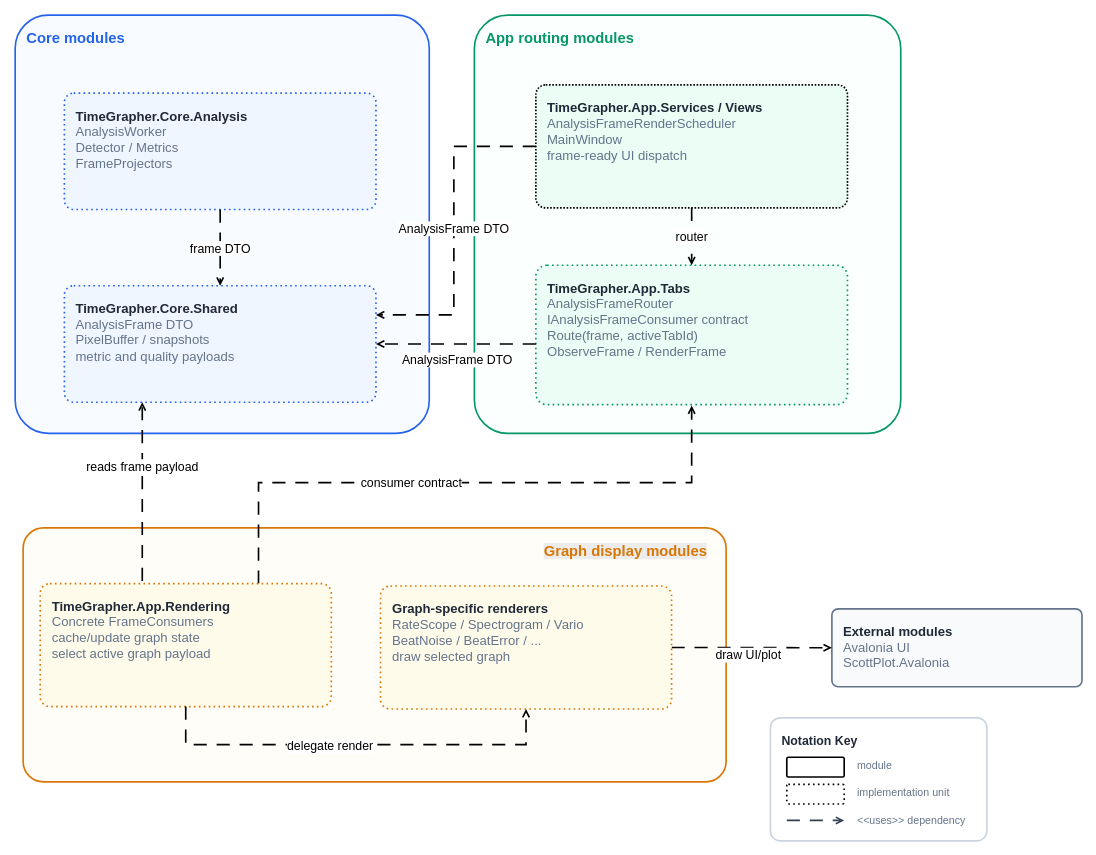
Above: FinalDemo/assets/4.UsesView/4-AnalysisFrame-Module-Uses-View.drawio in lgcmu2026-team5/TimeGrapher-Docs (draw.io), before the change. Source tidied: cells renumbered, new cells numbered last; positions are measured from the earlier drawing's top-left corner, leaving out a move shared by most shapes. Both pictures are drawn from the tidied source at 82%, with x=0, y=0 at pixel (15, 15).
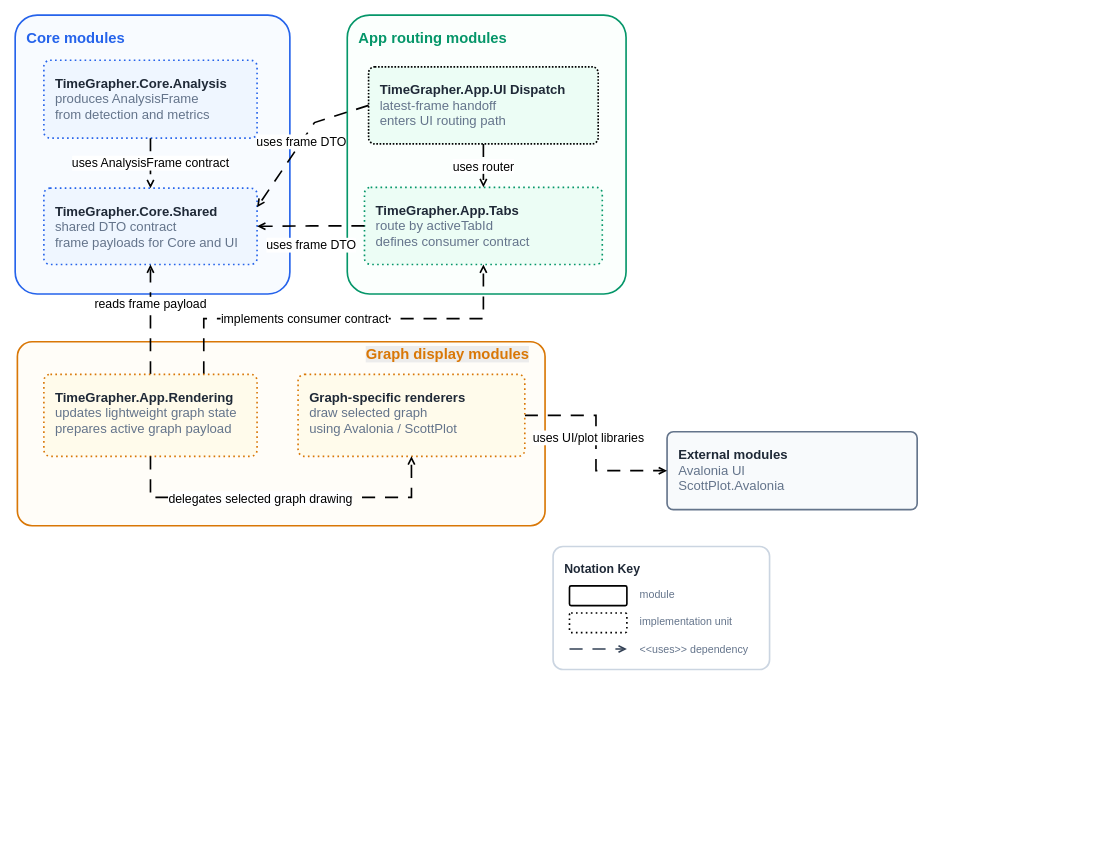
The same page after the edit.

Commit message (it also covers changes not shown here):
Update AnalysisFrame uses view notes

Change to the diagram source:
```diff
@@
     <mxCell id="2" value="&lt;b&gt;Notation Key&lt;/b&gt;" style="rounded=1;whiteSpace=wrap;html=1;arcSize=8;fillColor=#ffffff;strokeColor=#cbd5e1;strokeWidth=2;fontColor=#1f2937;fontSize=15;align=left;verticalAlign=top;spacing=14;" parent="1" vertex="1">
-      <mxGeometry x="921" y="857" width="264" height="150" as="geometry" />
+      <mxGeometry x="656" y="648" width="264" height="150" as="geometry" />
     </mxCell>
     <mxCell id="3" style="rounded=1;whiteSpace=wrap;html=1;arcSize=8;strokeWidth=2;fontSize=16;align=left;verticalAlign=top;spacing=14;" parent="1" vertex="1">
-      <mxGeometry x="941" y="905" width="70" height="24" as="geometry" />
+      <mxGeometry x="676" y="696" width="70" height="24" as="geometry" />
     </mxCell>
     <mxCell id="4" value="module" style="text;html=1;strokeColor=none;fillColor=none;fontColor=#64748b;fontSize=13;align=left;verticalAlign=middle;whiteSpace=wrap;" parent="1" vertex="1">
-      <mxGeometry x="1025" y="903" width="250" height="24" as="geometry" />
+      <mxGeometry x="760" y="694" width="250" height="24" as="geometry" />
     </mxCell>
     <mxCell id="5" style="endArrow=open;endFill=0;html=1;rounded=0;strokeWidth=2;dashed=1;dashPattern=8 6;strokeColor=#334155;" parent="1" edge="1">
       <mxGeometry relative="1" as="geometry">
-        <mxPoint x="941" y="982" as="sourcePoint" />
-        <mxPoint x="1011" y="982" as="targetPoint" />
+        <mxPoint x="676" y="773" as="sourcePoint" />
+        <mxPoint x="746" y="773" as="targetPoint" />
       </mxGeometry>
     </mxCell>
     <mxCell id="6" value="&amp;lt;&amp;lt;uses&amp;gt;&amp;gt; dependency" style="text;html=1;strokeColor=none;fillColor=none;fontColor=#64748b;fontSize=13;align=left;verticalAlign=middle;whiteSpace=wrap;" parent="1" vertex="1">
-      <mxGeometry x="1025" y="970" width="260" height="24" as="geometry" />
+      <mxGeometry x="760" y="761" width="260" height="24" as="geometry" />
     </mxCell>
     <mxCell id="7" value="&lt;b&gt;Core modules&lt;/b&gt;" style="rounded=1;whiteSpace=wrap;html=1;arcSize=8;fillColor=#f8fbff;strokeColor=#2563eb;strokeWidth=2;fontColor=#2563eb;fontSize=18;align=left;verticalAlign=top;spacing=14;" parent="1" vertex="1">
-      <mxGeometry width="505" height="510" as="geometry" />
+      <mxGeometry width="335" height="340" as="geometry" />
     </mxCell>
     <mxCell id="8" value="&lt;b&gt;App routing modules&lt;/b&gt;" style="rounded=1;whiteSpace=wrap;html=1;arcSize=8;fillColor=#fbfffd;strokeColor=#059669;strokeWidth=2;fontColor=#059669;fontSize=18;align=left;verticalAlign=top;spacing=14;" parent="1" vertex="1">
-      <mxGeometry x="560" width="520" height="510" as="geometry" />
+      <mxGeometry x="405" width="340" height="340" as="geometry" />
     </mxCell>
     <mxCell id="9" style="rounded=1;whiteSpace=wrap;html=1;arcSize=8;fillColor=#fffdf8;strokeColor=#d97706;strokeWidth=2;fontColor=#d97706;fontSize=18;align=left;verticalAlign=top;spacing=14;rotation=-90;" parent="1" vertex="1">
-      <mxGeometry x="283.5" y="351.5" width="309.7" height="857.3" as="geometry" />
+      <mxGeometry x="212.3" y="188.7" width="224.3" height="643.5" as="geometry" />
     </mxCell>
-    <mxCell id="10" value="&lt;b&gt;TimeGrapher.Core.Analysis&lt;/b&gt;&lt;br&gt;&lt;font color=&quot;#64748b&quot;&gt;AnalysisWorker&lt;br&gt;Detector / Metrics&lt;br&gt;FrameProjectors&lt;/font&gt;" style="rounded=1;whiteSpace=wrap;html=1;arcSize=8;fillColor=#eff6ff;strokeColor=#2563eb;strokeWidth=2;fontColor=#1f2937;fontSize=16;align=left;verticalAlign=top;spacing=14;dashed=1;dashPattern=1 2;" parent="1" vertex="1">
-      <mxGeometry x="60" y="95" width="380" height="142" as="geometry" />
+    <mxCell id="10" value="&lt;b&gt;TimeGrapher.Core.Analysis&lt;/b&gt;&lt;br&gt;&lt;font color=&quot;#64748b&quot;&gt;produces AnalysisFrame&amp;nbsp;&lt;/font&gt;&lt;div&gt;&lt;font color=&quot;#64748b&quot;&gt;from detection and metrics&lt;/font&gt;&lt;/div&gt;" style="rounded=1;whiteSpace=wrap;html=1;arcSize=8;fillColor=#eff6ff;strokeColor=#2563eb;strokeWidth=2;fontColor=#1f2937;fontSize=16;align=left;verticalAlign=top;spacing=14;dashed=1;dashPattern=1 2;" parent="1" vertex="1">
+      <mxGeometry x="35" y="55" width="260" height="95" as="geometry" />
     </mxCell>
-    <mxCell id="11" value="&lt;b&gt;TimeGrapher.Core.Shared&lt;/b&gt;&lt;br&gt;&lt;font color=&quot;#64748b&quot;&gt;AnalysisFrame DTO&lt;br&gt;PixelBuffer / snapshots&lt;br&gt;metric and quality payloads&lt;/font&gt;" style="rounded=1;whiteSpace=wrap;html=1;arcSize=8;fillColor=#eff6ff;strokeColor=#2563eb;strokeWidth=2;fontColor=#1f2937;fontSize=16;align=left;verticalAlign=top;spacing=14;dashed=1;dashPattern=1 2;" parent="1" vertex="1">
-      <mxGeometry x="60" y="330" width="380" height="142" as="geometry" />
+    <mxCell id="11" value="&lt;b&gt;TimeGrapher.Core.Shared&lt;/b&gt;&lt;br&gt;&lt;font color=&quot;#64748b&quot;&gt;shared DTO contract&lt;/font&gt;&lt;div&gt;&lt;font color=&quot;#64748b&quot;&gt;frame payloads for Core and UI&lt;/font&gt;&lt;/div&gt;" style="rounded=1;whiteSpace=wrap;html=1;arcSize=8;fillColor=#eff6ff;strokeColor=#2563eb;strokeWidth=2;fontColor=#1f2937;fontSize=16;align=left;verticalAlign=top;spacing=14;dashed=1;dashPattern=1 2;" parent="1" vertex="1">
+      <mxGeometry x="35" y="211" width="260" height="93" as="geometry" />
     </mxCell>
-    <mxCell id="12" value="&lt;b&gt;TimeGrapher.App.Services / Views&lt;/b&gt;&lt;br&gt;&lt;font color=&quot;#64748b&quot;&gt;AnalysisFrameRenderScheduler&lt;br&gt;MainWindow&lt;br&gt;frame-ready UI dispatch&lt;/font&gt;" style="rounded=1;whiteSpace=wrap;html=1;arcSize=8;fillColor=#ecfdf5;strokeColor=default;strokeWidth=2;fontColor=#1f2937;fontSize=16;align=left;verticalAlign=top;spacing=14;dashed=1;dashPattern=1 1;" parent="1" vertex="1">
-      <mxGeometry x="635" y="85" width="380" height="150" as="geometry" />
+    <mxCell id="12" value="&lt;b&gt;TimeGrapher.App.UI Dispatch&lt;/b&gt;&lt;br&gt;&lt;font color=&quot;#64748b&quot;&gt;latest-frame handoff&lt;/font&gt;&lt;div&gt;&lt;font color=&quot;#64748b&quot;&gt;enters UI routing path&lt;/font&gt;&lt;/div&gt;" style="rounded=1;whiteSpace=wrap;html=1;arcSize=8;fillColor=#ecfdf5;strokeColor=default;strokeWidth=2;fontColor=#1f2937;fontSize=16;align=left;verticalAlign=top;spacing=14;dashed=1;dashPattern=1 1;" parent="1" vertex="1">
+      <mxGeometry x="431" y="63" width="280" height="94" as="geometry" />
     </mxCell>
-    <mxCell id="13" value="&lt;b&gt;TimeGrapher.App.Tabs&lt;/b&gt;&lt;br&gt;&lt;font color=&quot;#64748b&quot;&gt;AnalysisFrameRouter&lt;br&gt;IAnalysisFrameConsumer contract&lt;br&gt;Route(frame, activeTabId)&lt;br&gt;ObserveFrame / RenderFrame&lt;/font&gt;" style="rounded=1;whiteSpace=wrap;html=1;arcSize=8;fillColor=#ecfdf5;strokeColor=#059669;strokeWidth=2;fontColor=#1f2937;fontSize=16;align=left;verticalAlign=top;spacing=14;dashed=1;dashPattern=1 2;" parent="1" vertex="1">
-      <mxGeometry x="635" y="305" width="380" height="170" as="geometry" />
+    <mxCell id="13" value="&lt;b&gt;TimeGrapher.App.Tabs&lt;/b&gt;&lt;br&gt;&lt;font color=&quot;#64748b&quot;&gt;route by activeTabId&lt;/font&gt;&lt;div&gt;&lt;font color=&quot;#64748b&quot;&gt;defines consumer contract&lt;/font&gt;&lt;/div&gt;" style="rounded=1;whiteSpace=wrap;html=1;arcSize=8;fillColor=#ecfdf5;strokeColor=#059669;strokeWidth=2;fontColor=#1f2937;fontSize=16;align=left;verticalAlign=top;spacing=14;dashed=1;dashPattern=1 2;" parent="1" vertex="1">
+      <mxGeometry x="426" y="210" width="290" height="94" as="geometry" />
     </mxCell>
     <mxCell id="14" value="&lt;b&gt;External modules&lt;/b&gt;&lt;div&gt;&lt;font color=&quot;#64748b&quot;&gt;Avalonia UI&lt;br&gt;ScottPlot.Avalonia&lt;/font&gt;&lt;/div&gt;" style="rounded=1;whiteSpace=wrap;html=1;arcSize=8;fillColor=#f8fafc;strokeColor=#64748b;strokeWidth=2;fontColor=#1f2937;fontSize=16;align=left;verticalAlign=top;spacing=14;" parent="1" vertex="1">
-      <mxGeometry x="996" y="724" width="305" height="95" as="geometry" />
+      <mxGeometry x="795" y="508" width="305" height="95" as="geometry" />
     </mxCell>
-    <mxCell id="15" value="&lt;font style=&quot;font-size: 15px; color: rgb(0, 0, 0);&quot;&gt;frame DTO&lt;/font&gt;" style="edgeStyle=orthogonalEdgeStyle;rounded=0;jettySize=auto;html=1;dashed=1;dashPattern=8 6;strokeColor=light-dark(#000000, #699eff);strokeWidth=2;endArrow=open;endFill=0;fontSize=12;fontColor=#2563eb;labelBackgroundColor=#ffffff;" parent="1" edge="1" source="10" target="11">
-      <mxGeometry relative="1" as="geometry" />
+    <mxCell id="15" value="&lt;font style=&quot;font-size: 15px; color: rgb(0, 0, 0);&quot;&gt;uses AnalysisFrame contract&lt;/font&gt;" style="edgeStyle=orthogonalEdgeStyle;rounded=0;jettySize=auto;html=1;dashed=1;dashPattern=8 6;strokeColor=light-dark(#000000, #699eff);strokeWidth=2;endArrow=open;endFill=0;fontSize=12;fontColor=#2563eb;labelBackgroundColor=#ffffff;" parent="1" edge="1" source="10" target="11">
+      <mxGeometry x="-0.01" relative="1" as="geometry" />
     </mxCell>
-    <mxCell id="16" value="&lt;font style=&quot;font-size: 15px; color: rgb(0, 0, 0);&quot;&gt;AnalysisFrame DTO&lt;/font&gt;" style="edgeStyle=orthogonalEdgeStyle;rounded=0;jettySize=auto;html=1;dashed=1;dashPattern=8 6;strokeColor=light-dark(#000000, #2aa780);strokeWidth=2;endArrow=open;endFill=0;fontSize=12;fontColor=#059669;labelBackgroundColor=#ffffff;entryX=1;entryY=0.25;entryDx=0;entryDy=0;exitX=0;exitY=0.5;exitDx=0;exitDy=0;" parent="1" edge="1" source="12" target="11">
+    <mxCell id="16" value="&lt;font style=&quot;font-size: 15px; color: rgb(0, 0, 0);&quot;&gt;uses frame DTO&lt;/font&gt;" style="rounded=0;jettySize=auto;html=1;dashed=1;dashPattern=8 6;strokeColor=light-dark(#000000, #2aa780);strokeWidth=2;endArrow=open;endFill=0;fontSize=12;fontColor=#059669;labelBackgroundColor=#ffffff;entryX=1;entryY=0.25;entryDx=0;entryDy=0;exitX=0;exitY=0.5;exitDx=0;exitDy=0;" parent="1" edge="1" source="12" target="11">
       <mxGeometry relative="1" as="geometry">
         <Array as="points">
-          <mxPoint x="535" y="160" />
-          <mxPoint x="535" y="366" />
+          <mxPoint x="365" y="131" />
         </Array>
       </mxGeometry>
     </mxCell>
-    <mxCell id="17" value="&lt;font style=&quot;font-size: 15px; color: rgb(0, 0, 0);&quot;&gt;router&lt;/font&gt;" style="edgeStyle=orthogonalEdgeStyle;rounded=0;jettySize=auto;html=1;dashed=1;dashPattern=8 6;strokeColor=light-dark(#000000, #699eff);strokeWidth=2;endArrow=open;endFill=0;fontSize=12;fontColor=#059669;labelBackgroundColor=#ffffff;" parent="1" edge="1" source="12" target="13">
+    <mxCell id="17" value="&lt;font style=&quot;font-size: 15px; color: rgb(0, 0, 0);&quot;&gt;uses router&lt;/font&gt;" style="edgeStyle=orthogonalEdgeStyle;rounded=0;jettySize=auto;html=1;dashed=1;dashPattern=8 6;strokeColor=light-dark(#000000, #699eff);strokeWidth=2;endArrow=open;endFill=0;fontSize=12;fontColor=#059669;labelBackgroundColor=#ffffff;" parent="1" edge="1" source="12" target="13">
       <mxGeometry relative="1" as="geometry" />
     </mxCell>
-    <mxCell id="18" value="&lt;font style=&quot;font-size: 15px; color: rgb(0, 0, 0);&quot;&gt;AnalysisFrame DTO&lt;/font&gt;" style="edgeStyle=orthogonalEdgeStyle;rounded=0;jettySize=auto;html=1;dashed=1;dashPattern=8 6;strokeColor=light-dark(#000000, #2aa780);strokeWidth=2;endArrow=open;endFill=0;fontSize=12;fontColor=#059669;labelBackgroundColor=#ffffff;" parent="1" edge="1" source="13" target="11">
-      <mxGeometry x="-0.02" y="19" relative="1" as="geometry">
-        <Array as="points">
-          <mxPoint x="615" y="401" />
-          <mxPoint x="615" y="401" />
-        </Array>
-      </mxGeometry>
-    </mxCell>
-    <mxCell id="19" value="&lt;font style=&quot;font-size: 15px; color: rgb(0, 0, 0);&quot;&gt;reads frame payload&lt;/font&gt;" style="rounded=0;jettySize=auto;html=1;dashed=1;dashPattern=8 6;strokeColor=light-dark(#000000, #2aa780);strokeWidth=2;endArrow=open;endFill=0;fontSize=12;fontColor=#d97706;labelBackgroundColor=#ffffff;entryX=0.25;entryY=1;entryDx=0;entryDy=0;" parent="1" edge="1" target="11">
-      <mxGeometry x="0.28" relative="1" as="geometry">
-        <mxPoint x="155" y="690" as="sourcePoint" />
-      </mxGeometry>
+    <mxCell id="19" value="&lt;font style=&quot;font-size: 15px; color: rgb(0, 0, 0);&quot;&gt;reads frame payload&lt;/font&gt;" style="rounded=0;jettySize=auto;html=1;dashed=1;dashPattern=8 6;strokeColor=light-dark(#000000, #2aa780);strokeWidth=2;endArrow=open;endFill=0;fontSize=12;fontColor=#d97706;labelBackgroundColor=#ffffff;entryX=0.5;entryY=1;entryDx=0;entryDy=0;exitX=0.5;exitY=0;exitDx=0;exitDy=0;" parent="1" edge="1" source="22" target="11">
+      <mxGeometry x="0.28" relative="1" as="geometry" />
     </mxCell>
-    <mxCell id="20" value="&lt;font style=&quot;font-size: 15px; color: rgb(0, 0, 0);&quot;&gt;draw UI/plot&lt;/font&gt;" style="edgeStyle=orthogonalEdgeStyle;rounded=0;jettySize=auto;html=1;dashed=1;dashPattern=8 6;strokeColor=light-dark(#000000, #2aa780);strokeWidth=2;endArrow=open;endFill=0;fontSize=12;fontColor=#64748b;labelBackgroundColor=#ffffff;entryX=0;entryY=0.5;entryDx=0;entryDy=0;" parent="1" edge="1" source="23" target="14">
+    <mxCell id="20" value="&lt;font style=&quot;font-size: 15px; color: rgb(0, 0, 0);&quot;&gt;uses UI/plot libraries&lt;/font&gt;" style="edgeStyle=orthogonalEdgeStyle;rounded=0;jettySize=auto;html=1;dashed=1;dashPattern=8 6;strokeColor=light-dark(#000000, #2aa780);strokeWidth=2;endArrow=open;endFill=0;fontSize=12;fontColor=#64748b;labelBackgroundColor=#ffffff;entryX=0;entryY=0.5;entryDx=0;entryDy=0;" parent="1" edge="1" source="23" target="14">
       <mxGeometry x="-0.05" y="-9" relative="1" as="geometry" />
     </mxCell>
-    <mxCell id="21" value="&lt;font style=&quot;font-size: 15px; color: rgb(0, 0, 0);&quot;&gt;consumer contract&lt;/font&gt;" style="edgeStyle=orthogonalEdgeStyle;rounded=0;jettySize=auto;html=1;dashed=1;dashPattern=8 6;strokeColor=light-dark(#000000, #2aa780);strokeWidth=2;endArrow=open;endFill=0;fontSize=12;fontColor=#d97706;labelBackgroundColor=#ffffff;exitX=0.75;exitY=0;exitDx=0;exitDy=0;entryX=0.5;entryY=1;entryDx=0;entryDy=0;" parent="1" edge="1" source="22">
-      <mxGeometry x="-0.17" relative="1" as="geometry">
-        <mxPoint x="825" y="476" as="targetPoint" />
+    <mxCell id="21" value="&lt;font style=&quot;font-size: 15px; color: rgb(0, 0, 0);&quot;&gt;implements consumer contract&lt;/font&gt;" style="edgeStyle=orthogonalEdgeStyle;rounded=0;jettySize=auto;html=1;dashed=1;dashPattern=8 6;strokeColor=light-dark(#000000, #2aa780);strokeWidth=2;endArrow=open;endFill=0;fontSize=12;fontColor=#d97706;labelBackgroundColor=#ffffff;exitX=0.75;exitY=0;exitDx=0;exitDy=0;entryX=0.5;entryY=1;entryDx=0;entryDy=0;" parent="1" edge="1" source="22" target="13">
+      <mxGeometry x="-0.19" relative="1" as="geometry">
         <Array as="points">
-          <mxPoint x="296" y="570" />
-          <mxPoint x="825" y="570" />
+          <mxPoint x="230" y="370" />
+          <mxPoint x="571" y="370" />
         </Array>
+        <mxPoint x="-1" as="offset" />
       </mxGeometry>
     </mxCell>
-    <mxCell id="22" value="&lt;b&gt;TimeGrapher.App.Rendering&lt;/b&gt;&lt;br&gt;&lt;font color=&quot;#64748b&quot;&gt;Concrete FrameConsumers&lt;br&gt;cache/update graph state&lt;br&gt;select active graph payload&lt;/font&gt;" style="rounded=1;whiteSpace=wrap;html=1;arcSize=8;fillColor=#fffbeb;strokeColor=#d97706;strokeWidth=2;fontColor=#1f2937;fontSize=16;align=left;verticalAlign=top;spacing=14;dashed=1;dashPattern=1 2;" parent="1" vertex="1">
-      <mxGeometry x="30.5" y="693.2" width="355" height="150" as="geometry" />
+    <mxCell id="22" value="&lt;b&gt;TimeGrapher.App.Rendering&lt;/b&gt;&lt;br&gt;&lt;font color=&quot;#64748b&quot;&gt;updates lightweight graph state&lt;/font&gt;&lt;div&gt;&lt;font color=&quot;#64748b&quot;&gt;prepares active graph payload&lt;/font&gt;&lt;/div&gt;" style="rounded=1;whiteSpace=wrap;html=1;arcSize=8;fillColor=#fffbeb;strokeColor=#d97706;strokeWidth=2;fontColor=#1f2937;fontSize=16;align=left;verticalAlign=top;spacing=14;dashed=1;dashPattern=1 2;" parent="1" vertex="1">
+      <mxGeometry x="35" y="438" width="260" height="100" as="geometry" />
     </mxCell>
-    <mxCell id="23" value="&lt;b&gt;Graph-specific renderers&lt;/b&gt;&lt;br&gt;&lt;font color=&quot;#64748b&quot;&gt;RateScope / Spectrogram / Vario&lt;br&gt;BeatNoise / BeatError / ...&lt;br&gt;draw selected graph&lt;/font&gt;" style="rounded=1;whiteSpace=wrap;html=1;arcSize=8;fillColor=#fffbeb;strokeColor=#d97706;strokeWidth=2;fontColor=#1f2937;fontSize=16;align=left;verticalAlign=top;spacing=14;dashed=1;dashPattern=1 2;" parent="1" vertex="1">
-      <mxGeometry x="445.5" y="696.2" width="355" height="150" as="geometry" />
+    <mxCell id="23" value="&lt;b&gt;Graph-specific renderers&lt;/b&gt;&lt;br&gt;&lt;font color=&quot;#64748b&quot;&gt;draw selected graph&lt;/font&gt;&lt;div&gt;&lt;font color=&quot;#64748b&quot;&gt;using Avalonia / ScottPlot&lt;/font&gt;&lt;/div&gt;" style="rounded=1;whiteSpace=wrap;html=1;arcSize=8;fillColor=#fffbeb;strokeColor=#d97706;strokeWidth=2;fontColor=#1f2937;fontSize=16;align=left;verticalAlign=top;spacing=14;dashed=1;dashPattern=1 2;" parent="1" vertex="1">
+      <mxGeometry x="345" y="438" width="276.5" height="100" as="geometry" />
     </mxCell>
-    <mxCell id="24" value="&lt;font style=&quot;font-size: 15px; color: rgb(0, 0, 0);&quot;&gt;delegate render&lt;/font&gt;" style="edgeStyle=orthogonalEdgeStyle;rounded=0;jettySize=auto;html=1;dashed=1;dashPattern=8 6;strokeColor=light-dark(#000000, #2aa780);strokeWidth=2;endArrow=open;endFill=0;fontSize=12;fontColor=#d97706;labelBackgroundColor=#ffffff;exitX=0.5;exitY=1;exitDx=0;exitDy=0;entryX=0.5;entryY=1;entryDx=0;entryDy=0;" parent="1" edge="1" source="22" target="23">
+    <mxCell id="24" value="&lt;font style=&quot;font-size: 15px; color: rgb(0, 0, 0);&quot;&gt;delegates selected graph drawing&lt;/font&gt;" style="edgeStyle=orthogonalEdgeStyle;rounded=0;jettySize=auto;html=1;dashed=1;dashPattern=8 6;strokeColor=light-dark(#000000, #2aa780);strokeWidth=2;endArrow=open;endFill=0;fontSize=12;fontColor=#d97706;labelBackgroundColor=#ffffff;exitX=0.5;exitY=1;exitDx=0;exitDy=0;entryX=0.5;entryY=1;entryDx=0;entryDy=0;" parent="1" edge="1" source="22" target="23">
       <mxGeometry x="-0.12" y="-1" relative="1" as="geometry">
         <Array as="points">
-          <mxPoint x="208.5" y="889.5" />
-          <mxPoint x="623.5" y="889.5" />
+          <mxPoint x="165" y="588" />
+          <mxPoint x="483" y="588" />
         </Array>
       </mxGeometry>
     </mxCell>
     <mxCell id="25" value="&lt;b style=&quot;forced-color-adjust: none; color: rgb(217, 119, 6); font-family: Helvetica; font-size: 18px; font-style: normal; font-variant-ligatures: normal; font-variant-caps: normal; letter-spacing: normal; orphans: 2; text-align: left; text-indent: 0px; text-transform: none; widows: 2; word-spacing: 0px; -webkit-text-stroke-width: 0px; white-space: normal; background-color: rgb(236, 236, 236); text-decoration-thickness: initial; text-decoration-style: initial; text-decoration-color: initial;&quot;&gt;Graph display modules&lt;/b&gt;" style="text;whiteSpace=wrap;html=1;" parent="1" vertex="1">
-      <mxGeometry x="642.5" y="636.5" width="230" height="50" as="geometry" />
+      <mxGeometry x="426" y="396.5" width="230" height="50" as="geometry" />
     </mxCell>
     <mxCell id="26" style="rounded=1;whiteSpace=wrap;html=1;arcSize=8;strokeWidth=2;fontSize=16;align=left;verticalAlign=top;spacing=14;dashed=1;dashPattern=1 2;" parent="1" vertex="1">
-      <mxGeometry x="941" y="938" width="70" height="24" as="geometry" />
+      <mxGeometry x="676" y="729" width="70" height="24" as="geometry" />
     </mxCell>
     <mxCell id="27" value="implementation unit" style="text;html=1;strokeColor=none;fillColor=none;fontColor=#64748b;fontSize=13;align=left;verticalAlign=middle;whiteSpace=wrap;" parent="1" vertex="1">
-      <mxGeometry x="1025" y="936" width="250" height="24" as="geometry" />
+      <mxGeometry x="760" y="727" width="250" height="24" as="geometry" />
     </mxCell>
+    <mxCell id="18" value="&lt;font style=&quot;font-size: 15px; color: rgb(0, 0, 0);&quot;&gt;uses frame DTO&lt;/font&gt;" style="edgeStyle=orthogonalEdgeStyle;rounded=0;jettySize=auto;html=1;dashed=1;dashPattern=8 6;strokeColor=light-dark(#000000, #2aa780);strokeWidth=2;endArrow=open;endFill=0;fontSize=12;fontColor=#059669;labelBackgroundColor=#ffffff;entryX=1;entryY=0.5;entryDx=0;entryDy=0;exitX=0;exitY=0.5;exitDx=0;exitDy=0;" parent="1" edge="1" source="13" target="11">
+      <mxGeometry x="0.01" y="22" relative="1" as="geometry" />
+    </mxCell>
```
